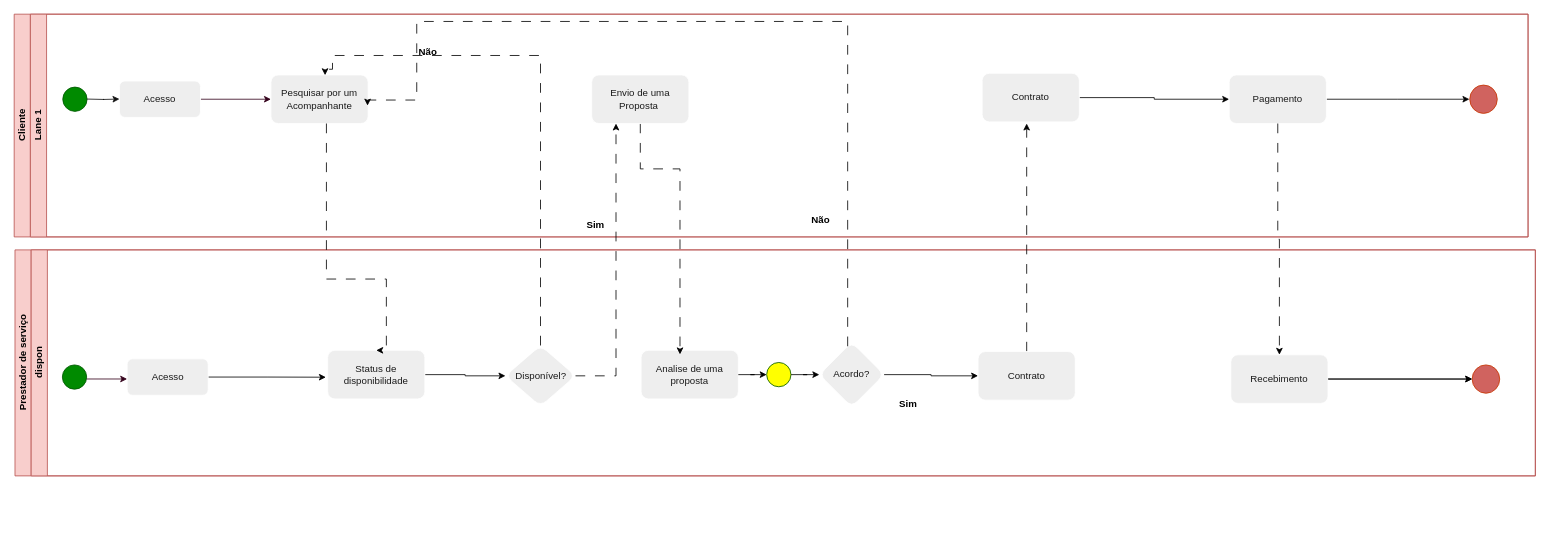
This is Diagrama sem nome.drawio from ThePlano/Projeto-CC5511---ENGENHARIA-DE-SOFTWARE, a draw.io file, before an edit. Source tidied: cells renumbered, new cells numbered last; positions are measured from the earlier drawing's top-left corner, leaving out a move shared by most shapes. Both pictures are drawn from the tidied source at 81%, with x=0, y=0 at pixel (14, 14).
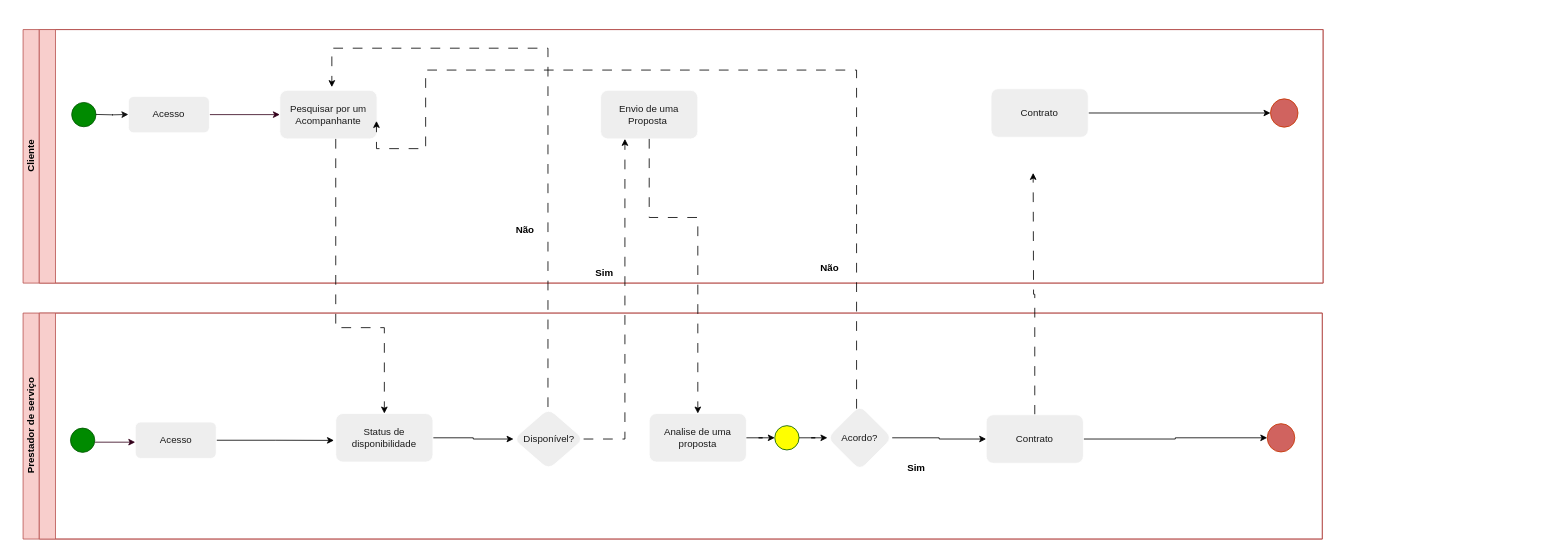
Above is the later version.

Commit message:
divisão,pagamento

Unchanged cells that the change refers to:
```xml
<mxCell id="6" value="Analise de uma proposta" style="whiteSpace=wrap;html=1;fillColor=#EEEEEE;strokeColor=#FFFFFF;fontColor=#1A1A1A;rounded=1;labelBackgroundColor=none;" parent="3" vertex="1">
  <mxGeometry x="753" y="124" width="120" height="60" as="geometry" />
</mxCell>
<mxCell id="12" value="Status de disponibilidade" style="whiteSpace=wrap;html=1;fillColor=#EEEEEE;strokeColor=#FFFFFF;fontColor=#1A1A1A;rounded=1;labelBackgroundColor=none;" parent="3" vertex="1">
  <mxGeometry x="366" y="124" width="120" height="60" as="geometry" />
</mxCell>
<mxCell id="13" value="Disponível?" style="rhombus;whiteSpace=wrap;html=1;fillColor=#EEEEEE;strokeColor=#FFFFFF;fontColor=#1A1A1A;rounded=1;labelBackgroundColor=none;" parent="3" vertex="1">
  <mxGeometry x="585.5" y="118" width="86.5" height="75" as="geometry" />
</mxCell>
<mxCell id="15" value="Acordo?" style="rhombus;whiteSpace=wrap;html=1;fillColor=#EEEEEE;strokeColor=#FFFFFF;fontColor=#1A1A1A;rounded=1;labelBackgroundColor=none;" parent="3" vertex="1">
  <mxGeometry x="973" y="114" width="80" height="80" as="geometry" />
</mxCell>
<mxCell id="17" value="Contrato" style="whiteSpace=wrap;html=1;fillColor=#EEEEEE;strokeColor=#FFFFFF;fontColor=#1A1A1A;rounded=1;labelBackgroundColor=none;" parent="3" vertex="1">
  <mxGeometry x="1169" y="125.5" width="120" height="60" as="geometry" />
</mxCell>
<mxCell id="30" value="Pesquisar por um Acompanhante" style="whiteSpace=wrap;html=1;fillColor=#EEEEEE;strokeColor=#FFFFFF;fontColor=#1A1A1A;rounded=1;labelBackgroundColor=none;" parent="25" vertex="1">
  <mxGeometry x="297" y="75" width="120" height="60" as="geometry" />
</mxCell>
<mxCell id="32" value="Envio de uma Proposta&amp;nbsp;" style="whiteSpace=wrap;html=1;fillColor=#EEEEEE;strokeColor=#FFFFFF;fontColor=#1A1A1A;rounded=1;labelBackgroundColor=none;" parent="25" vertex="1">
  <mxGeometry x="693" y="75" width="120" height="60" as="geometry" />
</mxCell>
<mxCell id="36" value="Contrato" style="whiteSpace=wrap;html=1;fillColor=#EEEEEE;strokeColor=#FFFFFF;fontColor=#1A1A1A;rounded=1;labelBackgroundColor=none;" parent="25" vertex="1">
  <mxGeometry x="1175" y="73" width="120" height="60" as="geometry" />
</mxCell>
```

Change to the diagram source:
```diff
@@
     <mxCell id="2" value="Prestador de serviço" style="swimlane;html=1;horizontal=0;startSize=20;labelBackgroundColor=none;fillColor=#f8cecc;strokeColor=#b85450;" parent="1" vertex="1">
-      <mxGeometry x="1" y="291" width="1877" height="279" as="geometry" />
+      <mxGeometry x="11" y="369" width="1604" height="279" as="geometry" />
     </mxCell>
-    <mxCell id="3" value="dispon" style="swimlane;html=1;startSize=20;horizontal=0;labelBackgroundColor=none;fillColor=#f8cecc;strokeColor=#b85450;" parent="2" vertex="1">
-      <mxGeometry x="20" width="1857" height="279" as="geometry" />
+    <mxCell id="3" value="&amp;nbsp;&lt;div&gt;&lt;br&gt;&lt;/div&gt;" style="swimlane;html=1;startSize=20;horizontal=0;labelBackgroundColor=none;fillColor=#f8cecc;strokeColor=#b85450;" parent="2" vertex="1">
+      <mxGeometry x="20" width="1584" height="279" as="geometry" />
     </mxCell>
@@
-    <mxCell id="7" style="ellipse;whiteSpace=wrap;html=1;fillColor=#d0635f;strokeColor=#C73500;fontColor=#000000;rounded=1;labelBackgroundColor=none;" parent="3" vertex="1">
-      <mxGeometry x="1779" y="142" width="34" height="35" as="geometry" />
-    </mxCell>
@@
     <mxCell id="16" style="edgeStyle=orthogonalEdgeStyle;rounded=0;jettySize=auto;html=1;dashed=1;dashPattern=12 12;" parent="3" edge="1" source="17">
       <mxGeometry relative="1" as="geometry">
-        <mxPoint x="1229" y="-156" as="targetPoint" />
+        <mxPoint x="1227" y="-173" as="targetPoint" />
       </mxGeometry>
     </mxCell>
+    <mxCell id="46" style="edgeStyle=orthogonalEdgeStyle;rounded=0;jettySize=auto;html=1;entryX=0;entryY=0.5;entryDx=0;entryDy=0;" parent="3" edge="1" source="17" target="48">
+      <mxGeometry relative="1" as="geometry" />
+    </mxCell>
@@
-    <mxCell id="21" style="edgeStyle=orthogonalEdgeStyle;rounded=0;jettySize=auto;html=1;entryX=0;entryY=0.5;entryDx=0;entryDy=0;" parent="3" edge="1" source="22" target="7">
-      <mxGeometry relative="1" as="geometry" />
-    </mxCell>
-    <mxCell id="22" value="Recebimento" style="whiteSpace=wrap;html=1;fillColor=#EEEEEE;strokeColor=#FFFFFF;fontColor=#1A1A1A;rounded=1;labelBackgroundColor=none;" parent="3" vertex="1">
-      <mxGeometry x="1481" y="129.5" width="120" height="60" as="geometry" />
-    </mxCell>
-    <mxCell id="23" style="edgeStyle=orthogonalEdgeStyle;rounded=0;orthogonalLoop=1;jettySize=auto;html=1;entryX=0;entryY=0.5;entryDx=0;entryDy=0;" parent="3" edge="1">
-      <mxGeometry relative="1" as="geometry">
-        <mxPoint x="1601" y="159.4" as="sourcePoint" />
-        <mxPoint x="1779" y="159.4" as="targetPoint" />
-      </mxGeometry>
-    </mxCell>
+    <mxCell id="47" style="edgeStyle=orthogonalEdgeStyle;rounded=0;jettySize=auto;html=1;exitX=0;exitY=0.5;exitDx=0;exitDy=0;" parent="3" edge="1" source="48">
+      <mxGeometry relative="1" as="geometry">
+        <mxPoint x="1515.7" y="154.1" as="targetPoint" />
+      </mxGeometry>
+    </mxCell>
+    <mxCell id="48" style="ellipse;whiteSpace=wrap;html=1;fillColor=#d0635f;strokeColor=#C73500;fontColor=#000000;rounded=1;labelBackgroundColor=none;" parent="3" vertex="1">
+      <mxGeometry x="1516" y="136.5" width="34" height="35" as="geometry" />
+    </mxCell>
     <mxCell id="24" value="Cliente" style="swimlane;html=1;horizontal=0;startSize=20;labelBackgroundColor=none;fillColor=#f8cecc;strokeColor=#b85450;" parent="1" vertex="1">
-      <mxGeometry width="1869" height="275" as="geometry" />
+      <mxGeometry x="11" y="19" width="1605" height="313" as="geometry" />
     </mxCell>
-    <mxCell id="25" value="Lane 1" style="swimlane;html=1;startSize=20;horizontal=0;labelBackgroundColor=none;fillColor=#f8cecc;strokeColor=#b85450;" parent="24" vertex="1">
-      <mxGeometry x="20" width="1849" height="275" as="geometry" />
+    <mxCell id="25" value="&amp;nbsp;&lt;div&gt;&lt;br&gt;&lt;/div&gt;" style="swimlane;html=1;startSize=20;horizontal=0;labelBackgroundColor=none;fillColor=#f8cecc;strokeColor=#b85450;" parent="24" vertex="1">
+      <mxGeometry x="20" width="1585" height="313" as="geometry" />
     </mxCell>
@@
-    <mxCell id="31" style="edgeStyle=orthogonalEdgeStyle;rounded=0;jettySize=auto;html=1;dashed=1;dashPattern=12 12;fontColor=#000000;" parent="25" edge="1" source="32">
-      <mxGeometry relative="1" as="geometry">
-        <mxPoint x="802" y="420" as="targetPoint" />
-        <Array as="points">
-          <mxPoint x="753" y="191" />
-          <mxPoint x="802" y="191" />
-        </Array>
-      </mxGeometry>
-    </mxCell>
@@
     <mxCell id="33" value="Não" style="text;html=1;align=center;verticalAlign=middle;whiteSpace=wrap;rounded=0;fontStyle=1;fontColor=#000000;" parent="25" vertex="1">
-      <mxGeometry x="461" y="33" width="60" height="27" as="geometry" />
+      <mxGeometry x="570" y="234" width="60" height="27" as="geometry" />
     </mxCell>
     <mxCell id="34" style="ellipse;whiteSpace=wrap;html=1;fillColor=#d0635f;strokeColor=#C73500;fontColor=#000000;rounded=1;labelBackgroundColor=none;" parent="25" vertex="1">
-      <mxGeometry x="1777" y="87.5" width="34" height="35" as="geometry" />
+      <mxGeometry x="1520" y="85.5" width="34" height="35" as="geometry" />
     </mxCell>
-    <mxCell id="35" style="edgeStyle=orthogonalEdgeStyle;rounded=0;jettySize=auto;html=1;" parent="25" edge="1" source="36" target="38">
+    <mxCell id="35" style="edgeStyle=orthogonalEdgeStyle;rounded=0;jettySize=auto;html=1;entryX=0;entryY=0.5;entryDx=0;entryDy=0;" parent="25" edge="1" source="36" target="34">
       <mxGeometry relative="1" as="geometry" />
     </mxCell>
@@
-    <mxCell id="37" style="edgeStyle=orthogonalEdgeStyle;rounded=0;jettySize=auto;html=1;" parent="25" edge="1" source="38">
-      <mxGeometry relative="1" as="geometry">
-        <mxPoint x="1776.6" y="105" as="targetPoint" />
-      </mxGeometry>
-    </mxCell>
-    <mxCell id="38" value="Pagamento" style="whiteSpace=wrap;html=1;fillColor=#EEEEEE;strokeColor=#FFFFFF;fontColor=#1A1A1A;rounded=1;labelBackgroundColor=none;" parent="25" vertex="1">
-      <mxGeometry x="1480" y="75" width="120" height="60" as="geometry" />
-    </mxCell>
-    <mxCell id="39" style="edgeStyle=orthogonalEdgeStyle;rounded=0;jettySize=auto;html=1;entryX=0.557;entryY=0.006;entryDx=0;entryDy=0;entryPerimeter=0;dashed=1;dashPattern=12 12;fontColor=#000000;" parent="1" edge="1" source="13" target="30">
+    <mxCell id="39" style="edgeStyle=orthogonalEdgeStyle;rounded=0;orthogonalLoop=1;jettySize=auto;html=1;dashed=1;dashPattern=12 12;fontColor=#000000;" parent="25" edge="1">
       <mxGeometry relative="1" as="geometry">
+        <mxPoint x="628" y="466" as="sourcePoint" />
+        <mxPoint x="361.2" y="71" as="targetPoint" />
         <Array as="points">
-          <mxPoint x="650" y="51" />
-          <mxPoint x="393" y="51" />
-          <mxPoint x="393" y="68" />
+          <mxPoint x="623" y="23" />
+          <mxPoint x="357" y="23" />
         </Array>
       </mxGeometry>
     </mxCell>
@@
     <mxCell id="41" style="edgeStyle=orthogonalEdgeStyle;rounded=0;jettySize=auto;html=1;entryX=0.5;entryY=0;entryDx=0;entryDy=0;dashed=1;dashPattern=12 12;fontColor=#000000;" parent="1" edge="1" source="30" target="12">
       <mxGeometry relative="1" as="geometry">
         <Array as="points">
-          <mxPoint x="385.5" y="327" />
-          <mxPoint x="459.5" y="327" />
+          <mxPoint x="397" y="387" />
+          <mxPoint x="457" y="387" />
         </Array>
       </mxGeometry>
     </mxCell>
     <mxCell id="42" style="edgeStyle=orthogonalEdgeStyle;rounded=0;jettySize=auto;html=1;entryX=0.994;entryY=0.631;entryDx=0;entryDy=0;entryPerimeter=0;dashed=1;dashPattern=12 12;fontColor=#000000;" parent="1" edge="1" source="15" target="30">
       <mxGeometry relative="1" as="geometry">
         <Array as="points">
-          <mxPoint x="1029" y="9" />
-          <mxPoint x="497" y="9" />
-          <mxPoint x="497" y="106" />
-          <mxPoint x="436" y="106" />
+          <mxPoint x="1040" y="69" />
+          <mxPoint x="508" y="69" />
+          <mxPoint x="508" y="166" />
+          <mxPoint x="447" y="166" />
         </Array>
       </mxGeometry>
     </mxCell>
     <mxCell id="43" value="Não" style="text;html=1;align=center;verticalAlign=middle;whiteSpace=wrap;rounded=0;fontStyle=1;" parent="1" vertex="1">
-      <mxGeometry x="966" y="240" width="60" height="27" as="geometry" />
+      <mxGeometry x="977" y="300" width="60" height="27" as="geometry" />
     </mxCell>
     <mxCell id="44" value="Sim" style="text;html=1;align=center;verticalAlign=middle;whiteSpace=wrap;rounded=0;fontStyle=1;fontColor=#000000;" parent="1" vertex="1">
-      <mxGeometry x="688" y="246" width="60" height="27" as="geometry" />
+      <mxGeometry x="699" y="306" width="60" height="27" as="geometry" />
     </mxCell>
-    <mxCell id="45" style="edgeStyle=orthogonalEdgeStyle;rounded=0;jettySize=auto;html=1;dashed=1;dashPattern=12 12;" parent="1" edge="1" source="38" target="22">
-      <mxGeometry relative="1" as="geometry" />
-    </mxCell>
+    <mxCell id="31" style="edgeStyle=orthogonalEdgeStyle;rounded=0;jettySize=auto;html=1;dashed=1;dashPattern=12 12;fontColor=#000000;entryX=0.5;entryY=0;entryDx=0;entryDy=0;" parent="1" edge="1" source="32" target="6">
+      <mxGeometry relative="1" as="geometry">
+        <Array as="points">
+          <mxPoint x="784" y="251" />
+          <mxPoint x="844" y="251" />
+        </Array>
+      </mxGeometry>
+    </mxCell>
```
